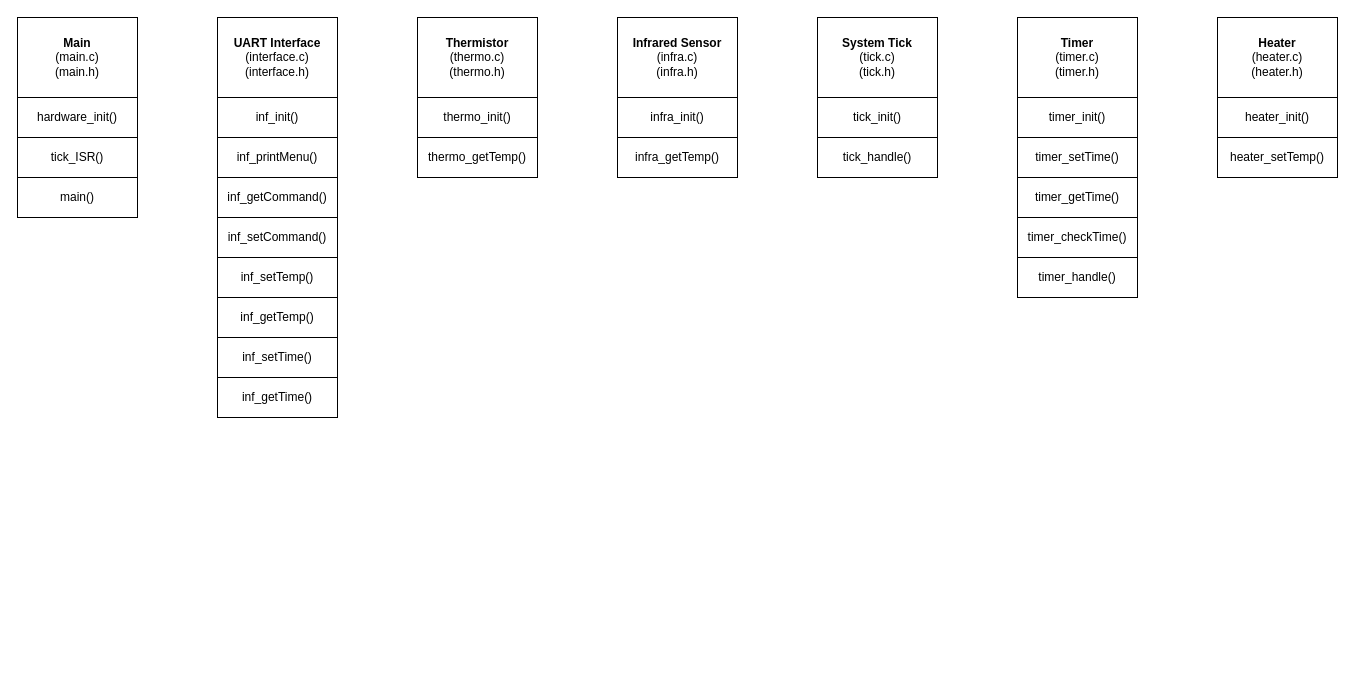
Above: documentation/uml.drawio in mannndrew/BrewBuddy (draw.io), before the change. Source tidied: cells renumbered, new cells numbered last; positions are measured from the earlier drawing's top-left corner, leaving out a move shared by most shapes. Both pictures are drawn from the tidied source at 100%, with x=0, y=0 at pixel (17, 17).
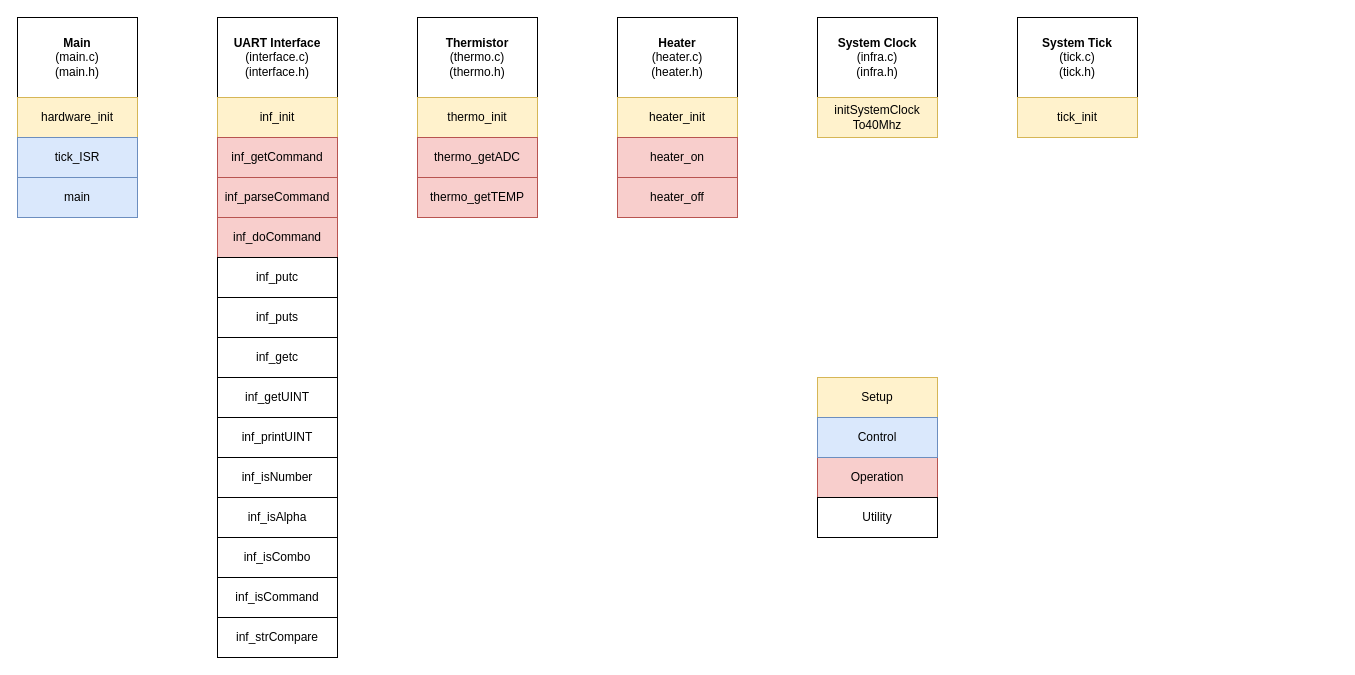
After the change.

Commit message (it also covers changes not shown here):
Fixed uml diagram

Diff of the diagram source:
```diff
@@
-    <mxCell id="3" value="thermo_init()" style="rounded=0;whiteSpace=wrap;html=1;" parent="1" vertex="1">
+    <mxCell id="3" value="thermo_init" style="rounded=0;whiteSpace=wrap;html=1;fillColor=#fff2cc;strokeColor=#d6b656;" parent="1" vertex="1">
       <mxGeometry x="400" y="80" width="120" height="40" as="geometry" />
     </mxCell>
-    <mxCell id="4" value="thermo_getTemp()" style="rounded=0;whiteSpace=wrap;html=1;" parent="1" vertex="1">
+    <mxCell id="4" value="thermo_getADC" style="rounded=0;whiteSpace=wrap;html=1;fillColor=#f8cecc;strokeColor=#b85450;" parent="1" vertex="1">
       <mxGeometry x="400" y="120" width="120" height="40" as="geometry" />
     </mxCell>
-    <mxCell id="5" value="&lt;div&gt;&lt;b&gt;Infrared Sensor&lt;/b&gt;&lt;/div&gt;(infra.c)&lt;br&gt;(infra.h)" style="rounded=0;whiteSpace=wrap;html=1;" parent="1" vertex="1">
-      <mxGeometry x="600" width="120" height="80" as="geometry" />
+    <mxCell id="5" value="&lt;div&gt;&lt;b&gt;System Clock&lt;/b&gt;&lt;/div&gt;(infra.c)&lt;br&gt;(infra.h)" style="rounded=0;whiteSpace=wrap;html=1;" parent="1" vertex="1">
+      <mxGeometry x="800" width="120" height="80" as="geometry" />
     </mxCell>
-    <mxCell id="6" value="infra_init()" style="rounded=0;whiteSpace=wrap;html=1;" parent="1" vertex="1">
-      <mxGeometry x="600" y="80" width="120" height="40" as="geometry" />
+    <mxCell id="6" value="initSystemClock&lt;div&gt;To40Mhz&lt;/div&gt;" style="rounded=0;whiteSpace=wrap;html=1;fillColor=#fff2cc;strokeColor=#d6b656;" parent="1" vertex="1">
+      <mxGeometry x="800" y="80" width="120" height="40" as="geometry" />
     </mxCell>
-    <mxCell id="7" value="infra_getTemp()" style="rounded=0;whiteSpace=wrap;html=1;" parent="1" vertex="1">
-      <mxGeometry x="600" y="120" width="120" height="40" as="geometry" />
-    </mxCell>
@@
-    <mxCell id="9" value="inf_init()" style="rounded=0;whiteSpace=wrap;html=1;" parent="1" vertex="1">
+    <mxCell id="9" value="inf_init" style="rounded=0;whiteSpace=wrap;html=1;fillColor=#fff2cc;strokeColor=#d6b656;" parent="1" vertex="1">
       <mxGeometry x="200" y="80" width="120" height="40" as="geometry" />
     </mxCell>
-    <mxCell id="10" value="inf_setTemp()" style="rounded=0;whiteSpace=wrap;html=1;" parent="1" vertex="1">
-      <mxGeometry x="200" y="240" width="120" height="40" as="geometry" />
+    <mxCell id="10" value="inf_getCommand" style="rounded=0;whiteSpace=wrap;html=1;fontStyle=0;fillColor=#f8cecc;strokeColor=#b85450;" parent="1" vertex="1">
+      <mxGeometry x="200" y="120" width="120" height="40" as="geometry" />
     </mxCell>
-    <mxCell id="11" value="inf_getTemp()" style="rounded=0;whiteSpace=wrap;html=1;" parent="1" vertex="1">
-      <mxGeometry x="200" y="280" width="120" height="40" as="geometry" />
+    <mxCell id="11" value="inf_parseCommand" style="rounded=0;whiteSpace=wrap;html=1;fontStyle=0;fillColor=#f8cecc;strokeColor=#b85450;" parent="1" vertex="1">
+      <mxGeometry x="200" y="160" width="120" height="40" as="geometry" />
     </mxCell>
-    <mxCell id="12" value="inf_setTime()" style="rounded=0;whiteSpace=wrap;html=1;" parent="1" vertex="1">
-      <mxGeometry x="200" y="320" width="120" height="40" as="geometry" />
+    <mxCell id="12" value="inf_doCommand" style="rounded=0;whiteSpace=wrap;html=1;fontStyle=0;fillColor=#f8cecc;strokeColor=#b85450;" parent="1" vertex="1">
+      <mxGeometry x="200" y="200" width="120" height="40" as="geometry" />
     </mxCell>
-    <mxCell id="13" value="inf_getTime()" style="rounded=0;whiteSpace=wrap;html=1;" parent="1" vertex="1">
+    <mxCell id="13" value="inf_getUINT" style="rounded=0;whiteSpace=wrap;html=1;" parent="1" vertex="1">
       <mxGeometry x="200" y="360" width="120" height="40" as="geometry" />
     </mxCell>
-    <mxCell id="14" value="inf_getCommand()" style="rounded=0;whiteSpace=wrap;html=1;" parent="1" vertex="1">
-      <mxGeometry x="200" y="160" width="120" height="40" as="geometry" />
+    <mxCell id="14" value="inf_puts" style="rounded=0;whiteSpace=wrap;html=1;" parent="1" vertex="1">
+      <mxGeometry x="200" y="280" width="120" height="40" as="geometry" />
     </mxCell>
-    <mxCell id="15" value="inf_setCommand()" style="rounded=0;whiteSpace=wrap;html=1;" parent="1" vertex="1">
-      <mxGeometry x="200" y="200" width="120" height="40" as="geometry" />
+    <mxCell id="15" value="inf_getc" style="rounded=0;whiteSpace=wrap;html=1;" parent="1" vertex="1">
+      <mxGeometry x="200" y="320" width="120" height="40" as="geometry" />
     </mxCell>
-    <mxCell id="16" value="inf_printMenu()" style="rounded=0;whiteSpace=wrap;html=1;" parent="1" vertex="1">
-      <mxGeometry x="200" y="120" width="120" height="40" as="geometry" />
+    <mxCell id="16" value="inf_putc" style="rounded=0;whiteSpace=wrap;html=1;" parent="1" vertex="1">
+      <mxGeometry x="200" y="240" width="120" height="40" as="geometry" />
     </mxCell>
-    <mxCell id="17" value="&lt;div&gt;&lt;b&gt;Timer&lt;/b&gt;&lt;/div&gt;(timer.c)&lt;br&gt;(timer.h)" style="rounded=0;whiteSpace=wrap;html=1;" parent="1" vertex="1">
-      <mxGeometry x="1000" width="120" height="80" as="geometry" />
-    </mxCell>
-    <mxCell id="18" value="timer_init()" style="rounded=0;whiteSpace=wrap;html=1;" parent="1" vertex="1">
-      <mxGeometry x="1000" y="80" width="120" height="40" as="geometry" />
-    </mxCell>
-    <mxCell id="19" value="timer_setTime()" style="rounded=0;whiteSpace=wrap;html=1;" parent="1" vertex="1">
-      <mxGeometry x="1000" y="120" width="120" height="40" as="geometry" />
-    </mxCell>
-    <mxCell id="20" value="timer_getTime()" style="rounded=0;whiteSpace=wrap;html=1;" parent="1" vertex="1">
-      <mxGeometry x="1000" y="160" width="120" height="40" as="geometry" />
-    </mxCell>
     <mxCell id="21" value="&lt;div&gt;&lt;b&gt;Heater&lt;/b&gt;&lt;/div&gt;(heater.c)&lt;br&gt;(heater.h)" style="rounded=0;whiteSpace=wrap;html=1;" parent="1" vertex="1">
-      <mxGeometry x="1200" width="120" height="80" as="geometry" />
+      <mxGeometry x="600" width="120" height="80" as="geometry" />
     </mxCell>
-    <mxCell id="22" value="heater_init()" style="rounded=0;whiteSpace=wrap;html=1;" parent="1" vertex="1">
-      <mxGeometry x="1200" y="80" width="120" height="40" as="geometry" />
+    <mxCell id="22" value="heater_init" style="rounded=0;whiteSpace=wrap;html=1;fillColor=#fff2cc;strokeColor=#d6b656;" parent="1" vertex="1">
+      <mxGeometry x="600" y="80" width="120" height="40" as="geometry" />
     </mxCell>
-    <mxCell id="23" value="heater_setTemp()" style="rounded=0;whiteSpace=wrap;html=1;" parent="1" vertex="1">
-      <mxGeometry x="1200" y="120" width="120" height="40" as="geometry" />
+    <mxCell id="23" value="heater_on" style="rounded=0;whiteSpace=wrap;html=1;fillColor=#f8cecc;strokeColor=#b85450;" parent="1" vertex="1">
+      <mxGeometry x="600" y="120" width="120" height="40" as="geometry" />
     </mxCell>
@@
-    <mxCell id="25" value="hardware_init()" style="rounded=0;whiteSpace=wrap;html=1;" parent="1" vertex="1">
+    <mxCell id="25" value="hardware_init" style="rounded=0;whiteSpace=wrap;html=1;fillColor=#fff2cc;strokeColor=#d6b656;" parent="1" vertex="1">
       <mxGeometry y="80" width="120" height="40" as="geometry" />
     </mxCell>
-    <mxCell id="26" value="main()" style="rounded=0;whiteSpace=wrap;html=1;" parent="1" vertex="1">
+    <mxCell id="26" value="main" style="rounded=0;whiteSpace=wrap;html=1;fillColor=#dae8fc;strokeColor=#6c8ebf;" parent="1" vertex="1">
       <mxGeometry y="160" width="120" height="40" as="geometry" />
     </mxCell>
-    <mxCell id="27" value="tick_ISR()" style="rounded=0;whiteSpace=wrap;html=1;" parent="1" vertex="1">
+    <mxCell id="27" value="tick_ISR" style="rounded=0;whiteSpace=wrap;html=1;fillColor=#dae8fc;strokeColor=#6c8ebf;" parent="1" vertex="1">
       <mxGeometry y="120" width="120" height="40" as="geometry" />
     </mxCell>
-    <mxCell id="28" value="timer_checkTime()" style="rounded=0;whiteSpace=wrap;html=1;" parent="1" vertex="1">
-      <mxGeometry x="1000" y="200" width="120" height="40" as="geometry" />
-    </mxCell>
     <mxCell id="29" value="&lt;div&gt;&lt;b&gt;System Tick&lt;/b&gt;&lt;/div&gt;(tick.c)&lt;br&gt;(tick.h)" style="rounded=0;whiteSpace=wrap;html=1;" parent="1" vertex="1">
-      <mxGeometry x="800" width="120" height="80" as="geometry" />
+      <mxGeometry x="1000" width="120" height="80" as="geometry" />
     </mxCell>
-    <mxCell id="30" value="tick_init()" style="rounded=0;whiteSpace=wrap;html=1;" parent="1" vertex="1">
-      <mxGeometry x="800" y="80" width="120" height="40" as="geometry" />
+    <mxCell id="30" value="tick_init" style="rounded=0;whiteSpace=wrap;html=1;fillColor=#fff2cc;strokeColor=#d6b656;" parent="1" vertex="1">
+      <mxGeometry x="1000" y="80" width="120" height="40" as="geometry" />
     </mxCell>
-    <mxCell id="31" value="tick_handle()" style="rounded=0;whiteSpace=wrap;html=1;" parent="1" vertex="1">
-      <mxGeometry x="800" y="120" width="120" height="40" as="geometry" />
-    </mxCell>
-    <mxCell id="32" value="timer_handle()" style="rounded=0;whiteSpace=wrap;html=1;" parent="1" vertex="1">
-      <mxGeometry x="1000" y="240" width="120" height="40" as="geometry" />
-    </mxCell>
+    <mxCell id="33" value="inf_printUINT" style="rounded=0;whiteSpace=wrap;html=1;" parent="1" vertex="1">
+      <mxGeometry x="200" y="400" width="120" height="40" as="geometry" />
+    </mxCell>
+    <mxCell id="34" value="inf_isCombo" style="rounded=0;whiteSpace=wrap;html=1;" parent="1" vertex="1">
+      <mxGeometry x="200" y="520" width="120" height="40" as="geometry" />
+    </mxCell>
+    <mxCell id="35" value="inf_isNumber" style="rounded=0;whiteSpace=wrap;html=1;" parent="1" vertex="1">
+      <mxGeometry x="200" y="440" width="120" height="40" as="geometry" />
+    </mxCell>
+    <mxCell id="36" value="inf_isAlpha" style="rounded=0;whiteSpace=wrap;html=1;" parent="1" vertex="1">
+      <mxGeometry x="200" y="480" width="120" height="40" as="geometry" />
+    </mxCell>
+    <mxCell id="37" value="inf_isCommand" style="rounded=0;whiteSpace=wrap;html=1;" parent="1" vertex="1">
+      <mxGeometry x="200" y="560" width="120" height="40" as="geometry" />
+    </mxCell>
+    <mxCell id="38" value="inf_strCompare" style="rounded=0;whiteSpace=wrap;html=1;" parent="1" vertex="1">
+      <mxGeometry x="200" y="600" width="120" height="40" as="geometry" />
+    </mxCell>
+    <mxCell id="39" value="thermo_getTEMP" style="rounded=0;whiteSpace=wrap;html=1;fillColor=#f8cecc;strokeColor=#b85450;" parent="1" vertex="1">
+      <mxGeometry x="400" y="160" width="120" height="40" as="geometry" />
+    </mxCell>
+    <mxCell id="40" value="heater_off" style="rounded=0;whiteSpace=wrap;html=1;fillColor=#f8cecc;strokeColor=#b85450;" parent="1" vertex="1">
+      <mxGeometry x="600" y="160" width="120" height="40" as="geometry" />
+    </mxCell>
+    <mxCell id="41" value="Setup" style="rounded=0;whiteSpace=wrap;html=1;fillColor=#fff2cc;strokeColor=#d6b656;" parent="1" vertex="1">
+      <mxGeometry x="800" y="360" width="120" height="40" as="geometry" />
+    </mxCell>
+    <mxCell id="42" value="Operation" style="rounded=0;whiteSpace=wrap;html=1;fillColor=#f8cecc;strokeColor=#b85450;" parent="1" vertex="1">
+      <mxGeometry x="800" y="440" width="120" height="40" as="geometry" />
+    </mxCell>
+    <mxCell id="43" value="Control" style="rounded=0;whiteSpace=wrap;html=1;fillColor=#dae8fc;strokeColor=#6c8ebf;" parent="1" vertex="1">
+      <mxGeometry x="800" y="400" width="120" height="40" as="geometry" />
+    </mxCell>
+    <mxCell id="44" value="Utility" style="rounded=0;whiteSpace=wrap;html=1;" parent="1" vertex="1">
+      <mxGeometry x="800" y="480" width="120" height="40" as="geometry" />
+    </mxCell>
```
